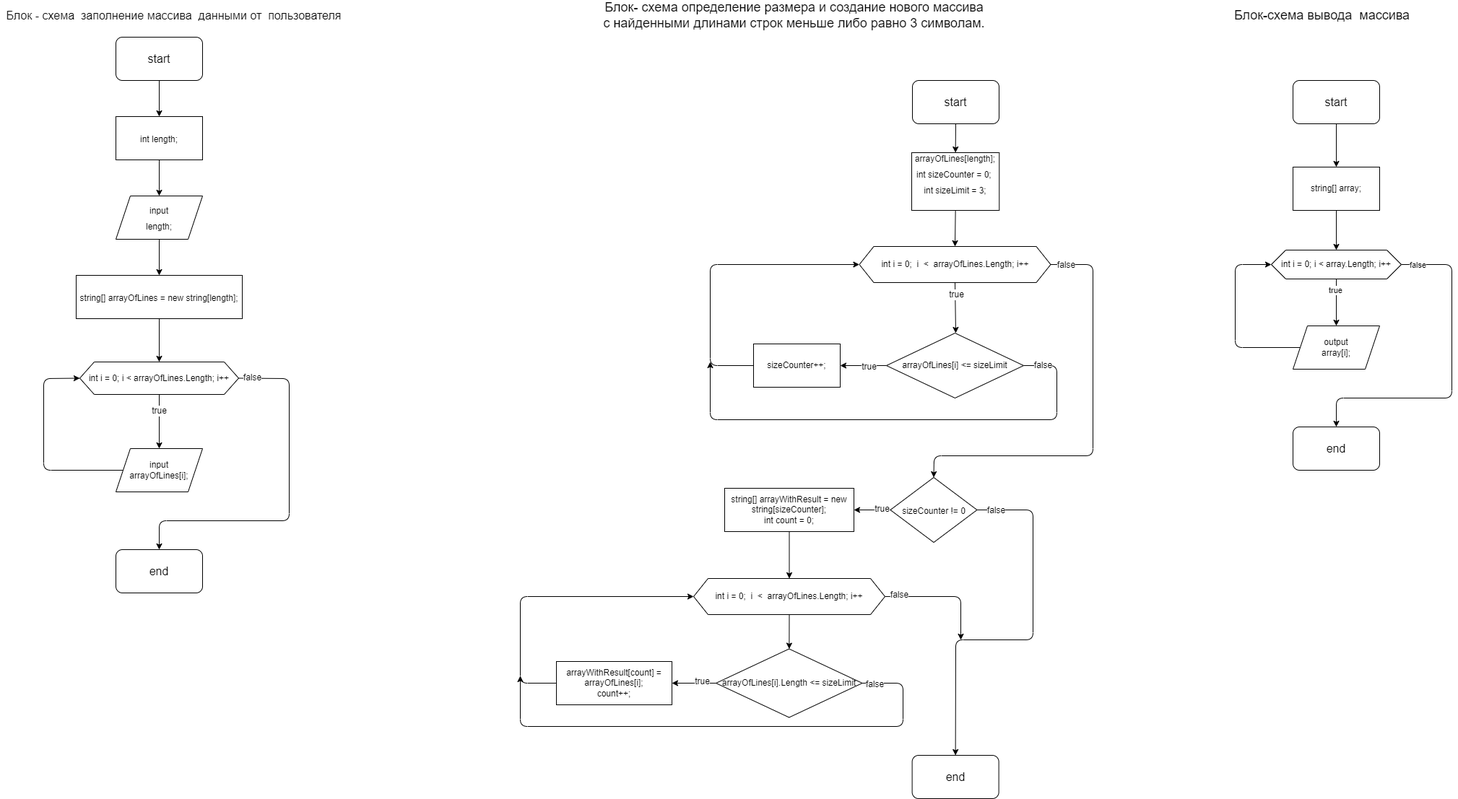
This is block diagram.drawio.png from HappyBorer/The-final-verification-work, a draw.io export, as it was before one commit. Source tidied: cells renumbered, new cells last; positions are measured from the earlier drawing's top-left corner, leaving out a move shared by most shapes.
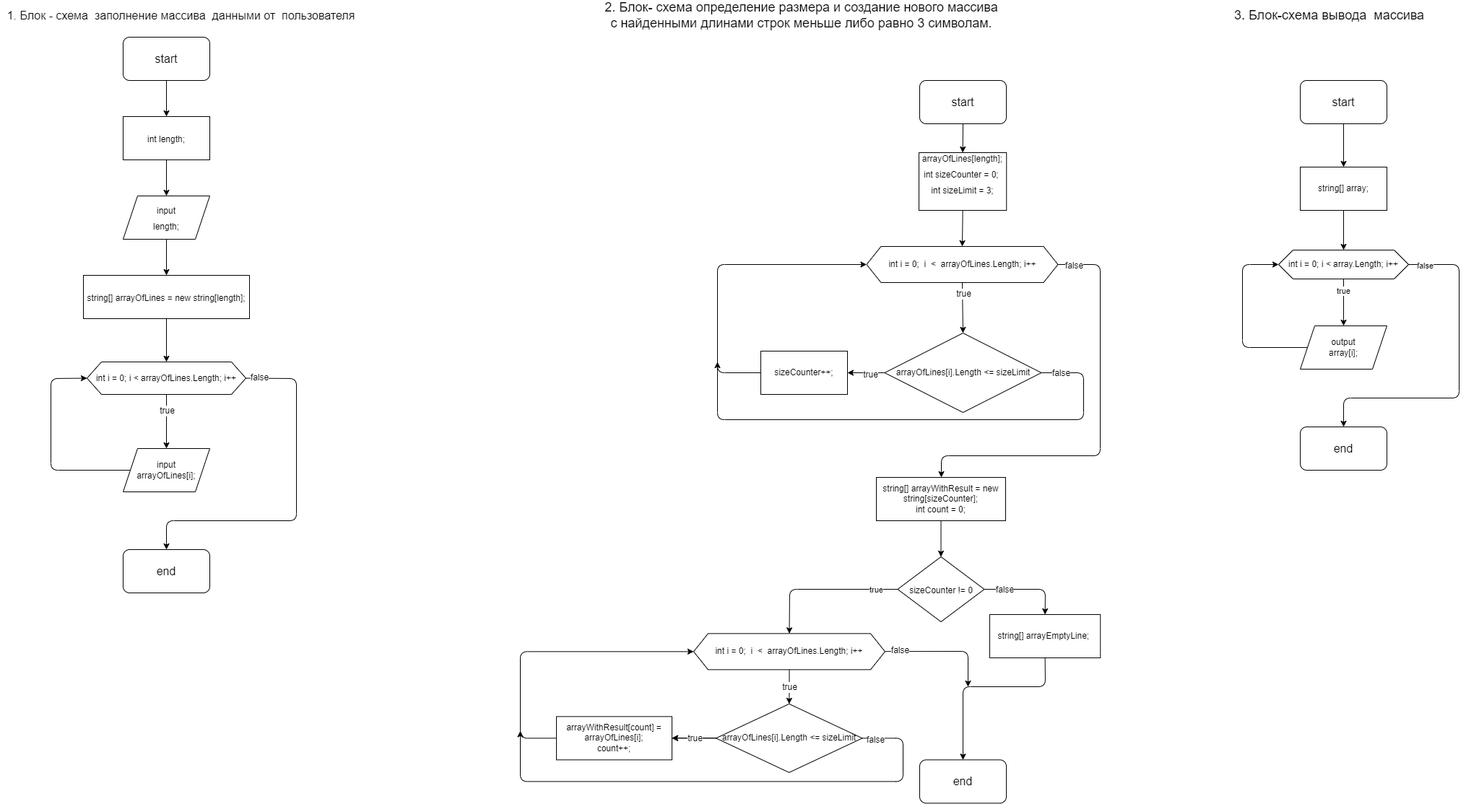
After the change.

Commit message:
changed the second block diagram

Change to the diagram source:
```diff
@@ -9,7 +9,7 @@
       <mxGeometry x="1263" y="110" width="120" height="60" as="geometry" />
     </mxCell>
     <mxCell id="4" value="&lt;font size=&quot;3&quot;&gt;end&lt;/font&gt;" style="rounded=1;whiteSpace=wrap;html=1;" parent="1" vertex="1">
-      <mxGeometry x="1262.6" y="1045" width="120" height="60" as="geometry" />
+      <mxGeometry x="1263" y="1051.3" width="120" height="60" as="geometry" />
     </mxCell>
     <mxCell id="5" style="edgeStyle=none;html=1;exitX=0.5;exitY=1;exitDx=0;exitDy=0;entryX=0.5;entryY=0;entryDx=0;entryDy=0;fontSize=12;" parent="1" edge="1" source="6" target="11">
       <mxGeometry relative="1" as="geometry" />
@@ -27,8 +27,9 @@
         <mxPoint y="1" as="offset" />
       </mxGeometry>
     </mxCell>
-    <mxCell id="9" style="edgeStyle=none;html=1;exitX=1;exitY=0.5;exitDx=0;exitDy=0;fontSize=12;entryX=0.5;entryY=0;entryDx=0;entryDy=0;" parent="1" edge="1" source="11" target="43">
+    <mxCell id="9" style="edgeStyle=none;html=1;exitX=1;exitY=0.5;exitDx=0;exitDy=0;fontSize=12;" parent="1" edge="1" source="11">
       <mxGeometry relative="1" as="geometry">
+        <mxPoint x="1293" y="660" as="targetPoint" />
         <Array as="points">
           <mxPoint x="1513" y="365" />
           <mxPoint x="1513" y="630" />
@@ -52,8 +53,8 @@
       <mxGeometry relative="1" as="geometry">
         <mxPoint x="983" y="500" as="targetPoint" />
         <Array as="points">
-          <mxPoint x="1463" y="505" />
-          <mxPoint x="1463" y="580" />
+          <mxPoint x="1490" y="515" />
+          <mxPoint x="1490" y="580" />
           <mxPoint x="983" y="580" />
         </Array>
       </mxGeometry>
@@ -63,28 +64,28 @@
         <mxPoint x="13" as="offset" />
       </mxGeometry>
     </mxCell>
-    <mxCell id="16" value="arrayOfLines[i] &amp;lt;= sizeLimit" style="rhombus;whiteSpace=wrap;html=1;fontSize=12;" parent="1" vertex="1">
-      <mxGeometry x="1227" y="460" width="190" height="90" as="geometry" />
+    <mxCell id="16" value="arrayOfLines[i].Length &amp;lt;= sizeLimit" style="rhombus;whiteSpace=wrap;html=1;fontSize=12;" parent="1" vertex="1">
+      <mxGeometry x="1214.5" y="460" width="217" height="110" as="geometry" />
     </mxCell>
     <mxCell id="17" style="edgeStyle=none;html=1;exitX=0;exitY=0.5;exitDx=0;exitDy=0;entryX=0;entryY=0.5;entryDx=0;entryDy=0;fontSize=12;" parent="1" edge="1" source="18" target="11">
       <mxGeometry relative="1" as="geometry">
         <Array as="points">
-          <mxPoint x="983" y="505" />
+          <mxPoint x="983" y="515" />
           <mxPoint x="983" y="365" />
         </Array>
       </mxGeometry>
     </mxCell>
     <mxCell id="18" value="sizeCounter++;" style="rounded=0;whiteSpace=wrap;html=1;fontSize=12;" parent="1" vertex="1">
-      <mxGeometry x="1043" y="475" width="120" height="60" as="geometry" />
+      <mxGeometry x="1043" y="485" width="120" height="60" as="geometry" />
     </mxCell>
-    <mxCell id="19" style="edgeStyle=none;html=1;exitX=0.5;exitY=1;exitDx=0;exitDy=0;entryX=0.5;entryY=0;entryDx=0;entryDy=0;fontSize=12;" parent="1" edge="1" source="20" target="47">
+    <mxCell id="19" style="edgeStyle=none;html=1;exitX=0.5;exitY=1;exitDx=0;exitDy=0;fontSize=12;" parent="1" edge="1" source="20" target="43">
       <mxGeometry relative="1" as="geometry" />
     </mxCell>
     <mxCell id="20" value="string[] arrayWithResult = new string[sizeCounter];&lt;br&gt;int count = 0;" style="rounded=0;whiteSpace=wrap;html=1;fontSize=12;" parent="1" vertex="1">
-      <mxGeometry x="1003" y="675" width="179" height="60" as="geometry" />
+      <mxGeometry x="1203" y="660" width="179" height="60" as="geometry" />
     </mxCell>
-    <mxCell id="21" value="&lt;font size=&quot;3&quot;&gt;Блок - схема&amp;nbsp; заполнение массива&amp;nbsp; данными от&amp;nbsp; пользователя&lt;/font&gt;" style="text;html=1;align=center;verticalAlign=middle;strokeColor=none;fillColor=none;fontSize=12;" parent="1" vertex="1">
-      <mxGeometry y="10" width="480" height="20" as="geometry" />
+    <mxCell id="21" value="&lt;font size=&quot;3&quot;&gt;1. Блок - схема&amp;nbsp; заполнение массива&amp;nbsp; данными от&amp;nbsp; пользователя&lt;/font&gt;" style="text;html=1;align=center;verticalAlign=middle;strokeColor=none;fillColor=none;fontSize=12;" parent="1" vertex="1">
+      <mxGeometry x="-10" y="10" width="500" height="20" as="geometry" />
     </mxCell>
     <mxCell id="22" style="edgeStyle=none;html=1;exitX=0.5;exitY=1;exitDx=0;exitDy=0;entryX=0.5;entryY=0;entryDx=0;entryDy=0;fontSize=18;" parent="1" edge="1" source="23" target="26">
       <mxGeometry relative="1" as="geometry" />
@@ -145,38 +146,47 @@
     <mxCell id="37" value="input&lt;br&gt;arrayOfLines[i];" style="shape=parallelogram;perimeter=parallelogramPerimeter;whiteSpace=wrap;html=1;fixedSize=1;fontSize=12;" parent="1" vertex="1">
       <mxGeometry x="160" y="620" width="120" height="60" as="geometry" />
     </mxCell>
-    <mxCell id="38" value="&lt;span style=&quot;font-size: 18px&quot;&gt;Блок- схема определение размера и создание нового массива&lt;br&gt;с найденными длинами строк меньше либо равно 3 символам.&lt;br&gt;&lt;/span&gt;" style="text;html=1;align=center;verticalAlign=middle;strokeColor=none;fillColor=none;fontSize=12;" parent="1" vertex="1">
-      <mxGeometry x="829" width="540" height="40" as="geometry" />
+    <mxCell id="38" value="&lt;span style=&quot;font-size: 18px&quot;&gt;2. Блок- схема определение размера и создание нового массива&lt;br&gt;с найденными длинами строк меньше либо равно 3 символам.&lt;br&gt;&lt;/span&gt;" style="text;html=1;align=center;verticalAlign=middle;strokeColor=none;fillColor=none;fontSize=12;" parent="1" vertex="1">
+      <mxGeometry x="819" width="560" height="40" as="geometry" />
     </mxCell>
-    <mxCell id="39" style="edgeStyle=none;html=1;exitX=0;exitY=0.5;exitDx=0;exitDy=0;fontSize=12;" parent="1" edge="1" source="43" target="20">
-      <mxGeometry relative="1" as="geometry" />
+    <mxCell id="39" style="edgeStyle=none;html=1;exitX=0;exitY=0.5;exitDx=0;exitDy=0;fontSize=12;entryX=0.5;entryY=0;entryDx=0;entryDy=0;" parent="1" edge="1" source="43" target="47">
+      <mxGeometry relative="1" as="geometry">
+        <Array as="points">
+          <mxPoint x="1083" y="815" />
+        </Array>
+      </mxGeometry>
     </mxCell>
     <mxCell id="40" value="true" style="edgeLabel;html=1;align=center;verticalAlign=middle;fontSize=12;" parent="39" vertex="1">
-      <mxGeometry x="-0.51" y="-1" relative="1" as="geometry" />
+      <mxGeometry x="-0.51" y="-1" relative="1" as="geometry">
+        <mxPoint x="-10" y="76" as="offset" />
+      </mxGeometry>
     </mxCell>
+    <mxCell id="68" value="true" style="edgeLabel;html=1;align=center;verticalAlign=middle;" parent="39" vertex="1">
+      <mxGeometry x="-0.71" relative="1" as="geometry" />
+    </mxCell>
-    <mxCell id="41" style="edgeStyle=none;html=1;exitX=1;exitY=0.5;exitDx=0;exitDy=0;entryX=0.5;entryY=0;entryDx=0;entryDy=0;fontSize=12;" parent="1" edge="1" source="43" target="4">
+    <mxCell id="41" style="edgeStyle=none;html=1;exitX=1;exitY=0.5;exitDx=0;exitDy=0;fontSize=12;entryX=0.5;entryY=0;entryDx=0;entryDy=0;" parent="1" edge="1" source="43" target="72">
       <mxGeometry relative="1" as="geometry">
         <Array as="points">
-          <mxPoint x="1430" y="705" />
-          <mxPoint x="1430" y="885" />
-          <mxPoint x="1323" y="885" />
+          <mxPoint x="1437" y="815" />
         </Array>
       </mxGeometry>
     </mxCell>
     <mxCell id="42" value="false" style="edgeLabel;html=1;align=center;verticalAlign=middle;fontSize=12;" parent="41" vertex="1">
-      <mxGeometry x="-0.9" y="-1" relative="1" as="geometry" />
+      <mxGeometry x="-0.9" y="-1" relative="1" as="geometry">
+        <mxPoint x="22" y="-1" as="offset" />
+      </mxGeometry>
     </mxCell>
     <mxCell id="43" value="&lt;font style=&quot;font-size: 12px&quot;&gt;sizeCounter != 0&lt;/font&gt;" style="rhombus;whiteSpace=wrap;html=1;fontSize=18;" parent="1" vertex="1">
-      <mxGeometry x="1232.5" y="660" width="120" height="90" as="geometry" />
+      <mxGeometry x="1232.5" y="770" width="120" height="90" as="geometry" />
     </mxCell>
     <mxCell id="44" style="edgeStyle=none;html=1;exitX=0.5;exitY=1;exitDx=0;exitDy=0;fontSize=12;" parent="1" edge="1" source="47" target="52">
       <mxGeometry relative="1" as="geometry" />
     </mxCell>
     <mxCell id="45" style="edgeStyle=none;html=1;fontSize=12;" parent="1" edge="1" source="47">
       <mxGeometry relative="1" as="geometry">
-        <mxPoint x="1330" y="885" as="targetPoint" />
+        <mxPoint x="1330" y="950" as="targetPoint" />
         <Array as="points">
-          <mxPoint x="1330" y="825" />
+          <mxPoint x="1330" y="901" />
         </Array>
       </mxGeometry>
     </mxCell>
@@ -184,43 +194,57 @@
       <mxGeometry x="-0.76" y="2" relative="1" as="geometry" />
     </mxCell>
     <mxCell id="47" value="int i = 0;&amp;nbsp; i&amp;nbsp; &amp;lt;&amp;nbsp; arrayOfLines.Length; i++" style="shape=hexagon;perimeter=hexagonPerimeter2;whiteSpace=wrap;html=1;fixedSize=1;fontSize=12;" parent="1" vertex="1">
-      <mxGeometry x="960" y="800" width="265" height="50" as="geometry" />
+      <mxGeometry x="950" y="876.4" width="265" height="50" as="geometry" />
     </mxCell>
     <mxCell id="48" style="edgeStyle=none;html=1;exitX=0;exitY=0.5;exitDx=0;exitDy=0;entryX=1;entryY=0.5;entryDx=0;entryDy=0;fontSize=12;" parent="1" edge="1" source="52" target="54">
       <mxGeometry relative="1" as="geometry" />
     </mxCell>
     <mxCell id="49" value="true" style="edgeLabel;html=1;align=center;verticalAlign=middle;fontSize=12;" parent="48" vertex="1">
-      <mxGeometry x="-0.38" y="-2" relative="1" as="geometry" />
+      <mxGeometry x="-0.38" y="-2" relative="1" as="geometry">
+        <mxPoint x="120" y="-69" as="offset" />
+      </mxGeometry>
     </mxCell>
     <mxCell id="50" style="edgeStyle=none;html=1;exitX=1;exitY=0.5;exitDx=0;exitDy=0;fontSize=12;" parent="1" edge="1" source="52">
       <mxGeometry relative="1" as="geometry">
-        <mxPoint x="720" y="935" as="targetPoint" />
+        <mxPoint x="710" y="1011.4" as="targetPoint" />
         <Array as="points">
-          <mxPoint x="1250" y="945" />
-          <mxPoint x="1250" y="1005" />
-          <mxPoint x="720" y="1005" />
+          <mxPoint x="1240" y="1021.3" />
+          <mxPoint x="1240" y="1081.3" />
+          <mxPoint x="710" y="1081.3" />
         </Array>
       </mxGeometry>
     </mxCell>
     <mxCell id="51" value="false" style="edgeLabel;html=1;align=center;verticalAlign=middle;fontSize=12;" parent="50" vertex="1">
       <mxGeometry x="-0.95" y="-2" relative="1" as="geometry" />
     </mxCell>
+    <mxCell id="69" style="edgeStyle=none;html=1;" parent="1" edge="1" source="52" target="54">
+      <mxGeometry relative="1" as="geometry">
+        <Array as="points">
+          <mxPoint x="950" y="1021" />
+        </Array>
+      </mxGeometry>
+    </mxCell>
+    <mxCell id="70" value="&lt;span style=&quot;font-size: 12px&quot;&gt;true&lt;/span&gt;" style="edgeLabel;html=1;align=center;verticalAlign=middle;" parent="69" vertex="1">
+      <mxGeometry x="0.27" y="-1" relative="1" as="geometry">
+        <mxPoint x="8" y="1" as="offset" />
+      </mxGeometry>
+    </mxCell>
     <mxCell id="52" value="arrayOfLines[i].Length &amp;lt;= sizeLimit" style="rhombus;whiteSpace=wrap;html=1;fontSize=12;" parent="1" vertex="1">
-      <mxGeometry x="991" y="897.5" width="202.5" height="95" as="geometry" />
+      <mxGeometry x="981" y="973.9" width="202.5" height="95" as="geometry" />
     </mxCell>
     <mxCell id="53" style="edgeStyle=none;html=1;exitX=0;exitY=0.5;exitDx=0;exitDy=0;entryX=0;entryY=0.5;entryDx=0;entryDy=0;fontSize=12;" parent="1" edge="1" source="54" target="47">
       <mxGeometry relative="1" as="geometry">
         <Array as="points">
-          <mxPoint x="720" y="945" />
-          <mxPoint x="720" y="825" />
+          <mxPoint x="710" y="1021.3" />
+          <mxPoint x="710" y="901.4" />
         </Array>
       </mxGeometry>
     </mxCell>
     <mxCell id="54" value="arrayWithResult[count] = arrayOfLines[i];&lt;br&gt;count++;" style="rounded=0;whiteSpace=wrap;html=1;fontSize=12;" parent="1" vertex="1">
-      <mxGeometry x="770" y="915" width="160" height="60" as="geometry" />
+      <mxGeometry x="760" y="991.4" width="160" height="60" as="geometry" />
     </mxCell>
-    <mxCell id="55" value="&lt;font style=&quot;font-size: 18px&quot;&gt;Блок-схема вывода&amp;nbsp; массива&lt;/font&gt;" style="text;html=1;align=center;verticalAlign=middle;strokeColor=none;fillColor=none;fontSize=12;" parent="1" vertex="1">
-      <mxGeometry x="1700" y="10" width="260" height="20" as="geometry" />
+    <mxCell id="55" value="&lt;font style=&quot;font-size: 18px&quot;&gt;3. Блок-схема вывода&amp;nbsp; массива&lt;/font&gt;" style="text;html=1;align=center;verticalAlign=middle;strokeColor=none;fillColor=none;fontSize=12;" parent="1" vertex="1">
+      <mxGeometry x="1690" y="10" width="280" height="20" as="geometry" />
     </mxCell>
     <mxCell id="56" style="edgeStyle=none;html=1;exitX=0.5;exitY=1;exitDx=0;exitDy=0;entryX=0.5;entryY=0;entryDx=0;entryDy=0;" parent="1" edge="1" source="57" target="60">
       <mxGeometry relative="1" as="geometry" />
@@ -269,5 +293,16 @@
     <mxCell id="67" value="output&lt;br&gt;array[i];" style="shape=parallelogram;perimeter=parallelogramPerimeter;whiteSpace=wrap;html=1;fixedSize=1;" parent="1" vertex="1">
       <mxGeometry x="1790" y="450" width="120" height="60" as="geometry" />
     </mxCell>
+    <mxCell id="71" style="edgeStyle=none;html=1;exitX=0.5;exitY=1;exitDx=0;exitDy=0;entryX=0.5;entryY=0;entryDx=0;entryDy=0;" parent="1" edge="1" source="72" target="4">
+      <mxGeometry relative="1" as="geometry">
+        <Array as="points">
+          <mxPoint x="1437" y="950" />
+          <mxPoint x="1323" y="950" />
+        </Array>
+      </mxGeometry>
+    </mxCell>
+    <mxCell id="72" value="string[] arrayEmptyLine;&amp;nbsp;" style="rounded=0;whiteSpace=wrap;html=1;" parent="1" vertex="1">
+      <mxGeometry x="1360" y="850" width="153.2" height="60" as="geometry" />
+    </mxCell>
   </root>
 </mxGraphModel>
```
